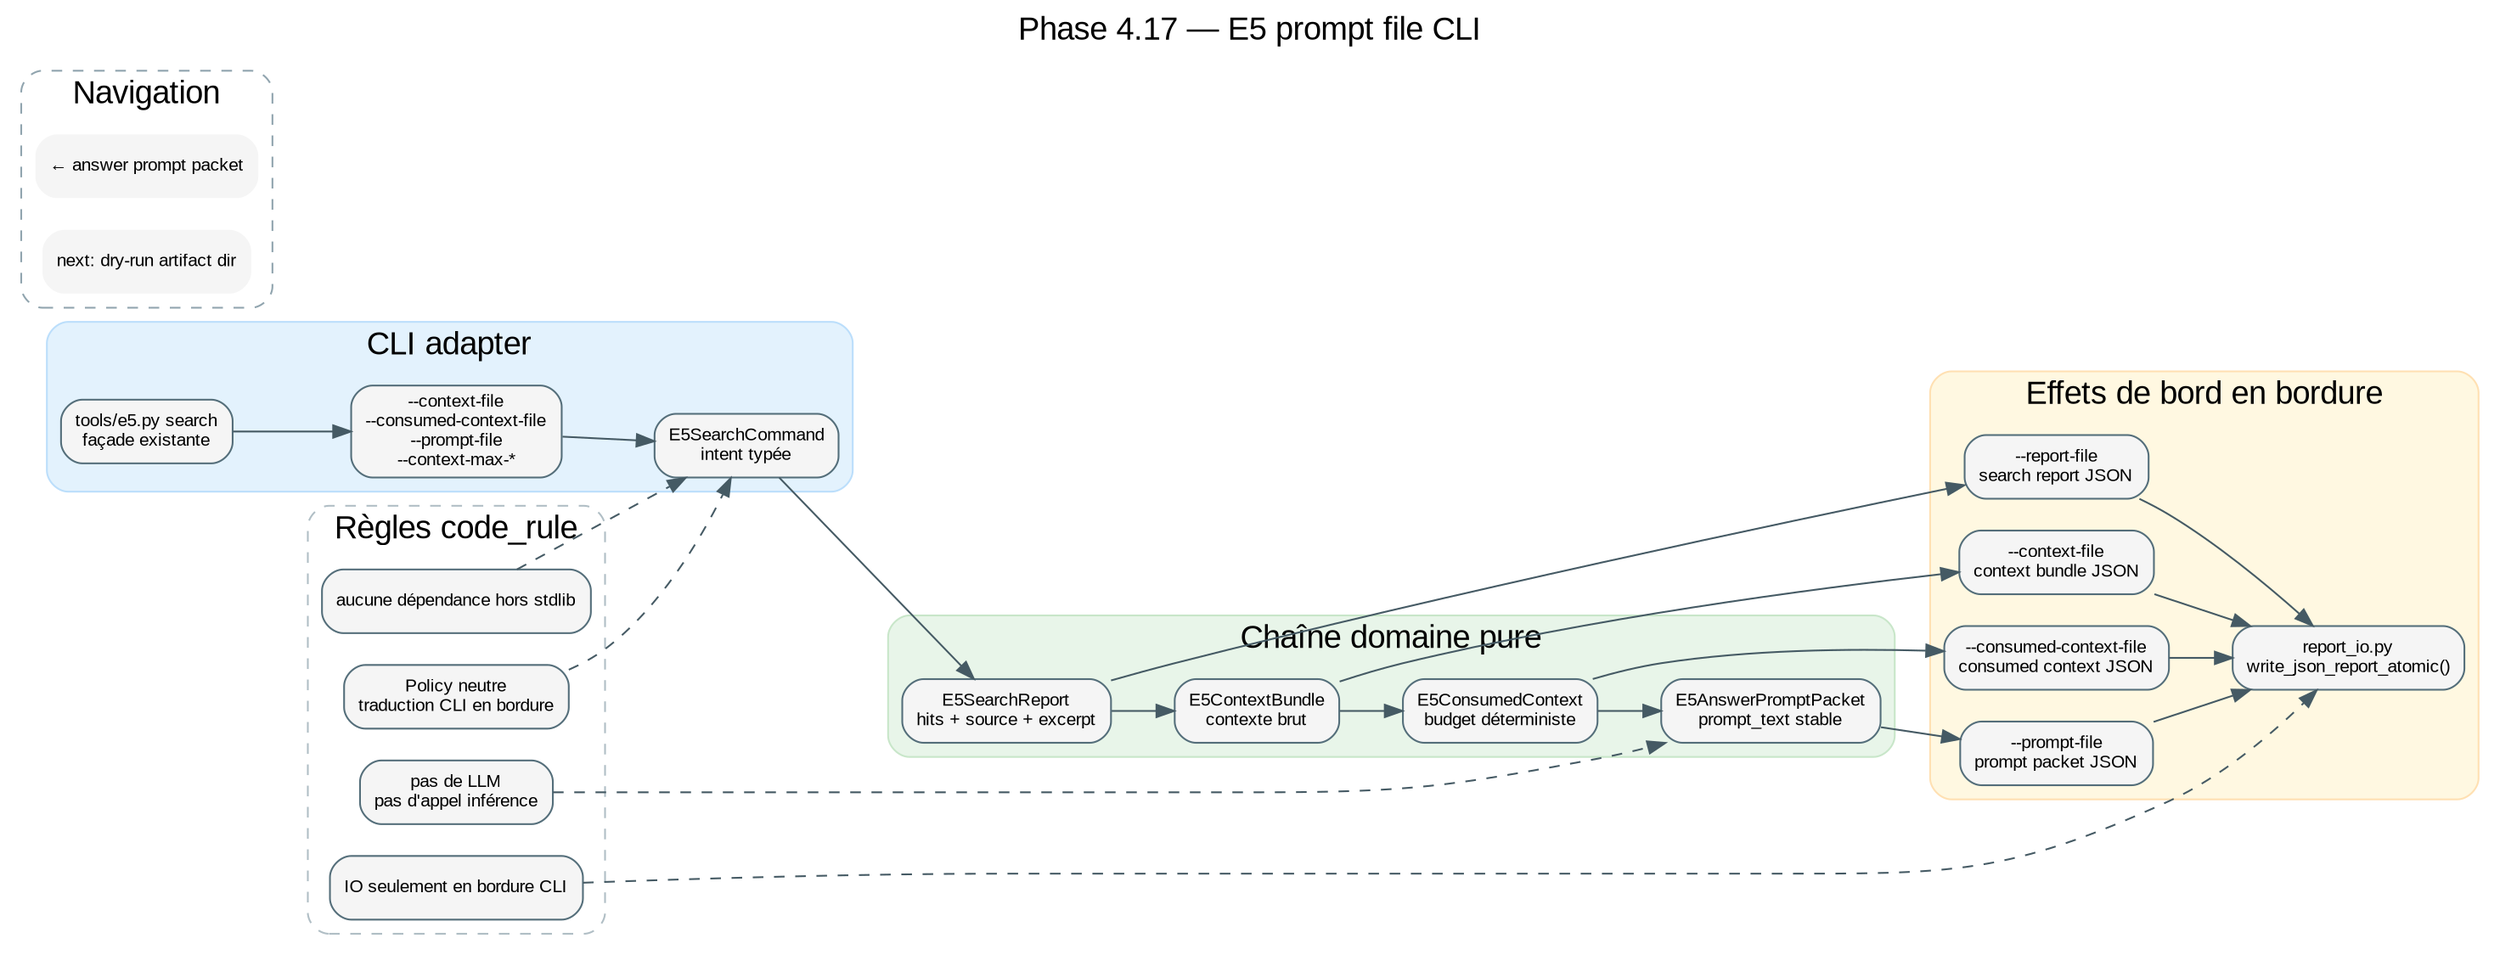
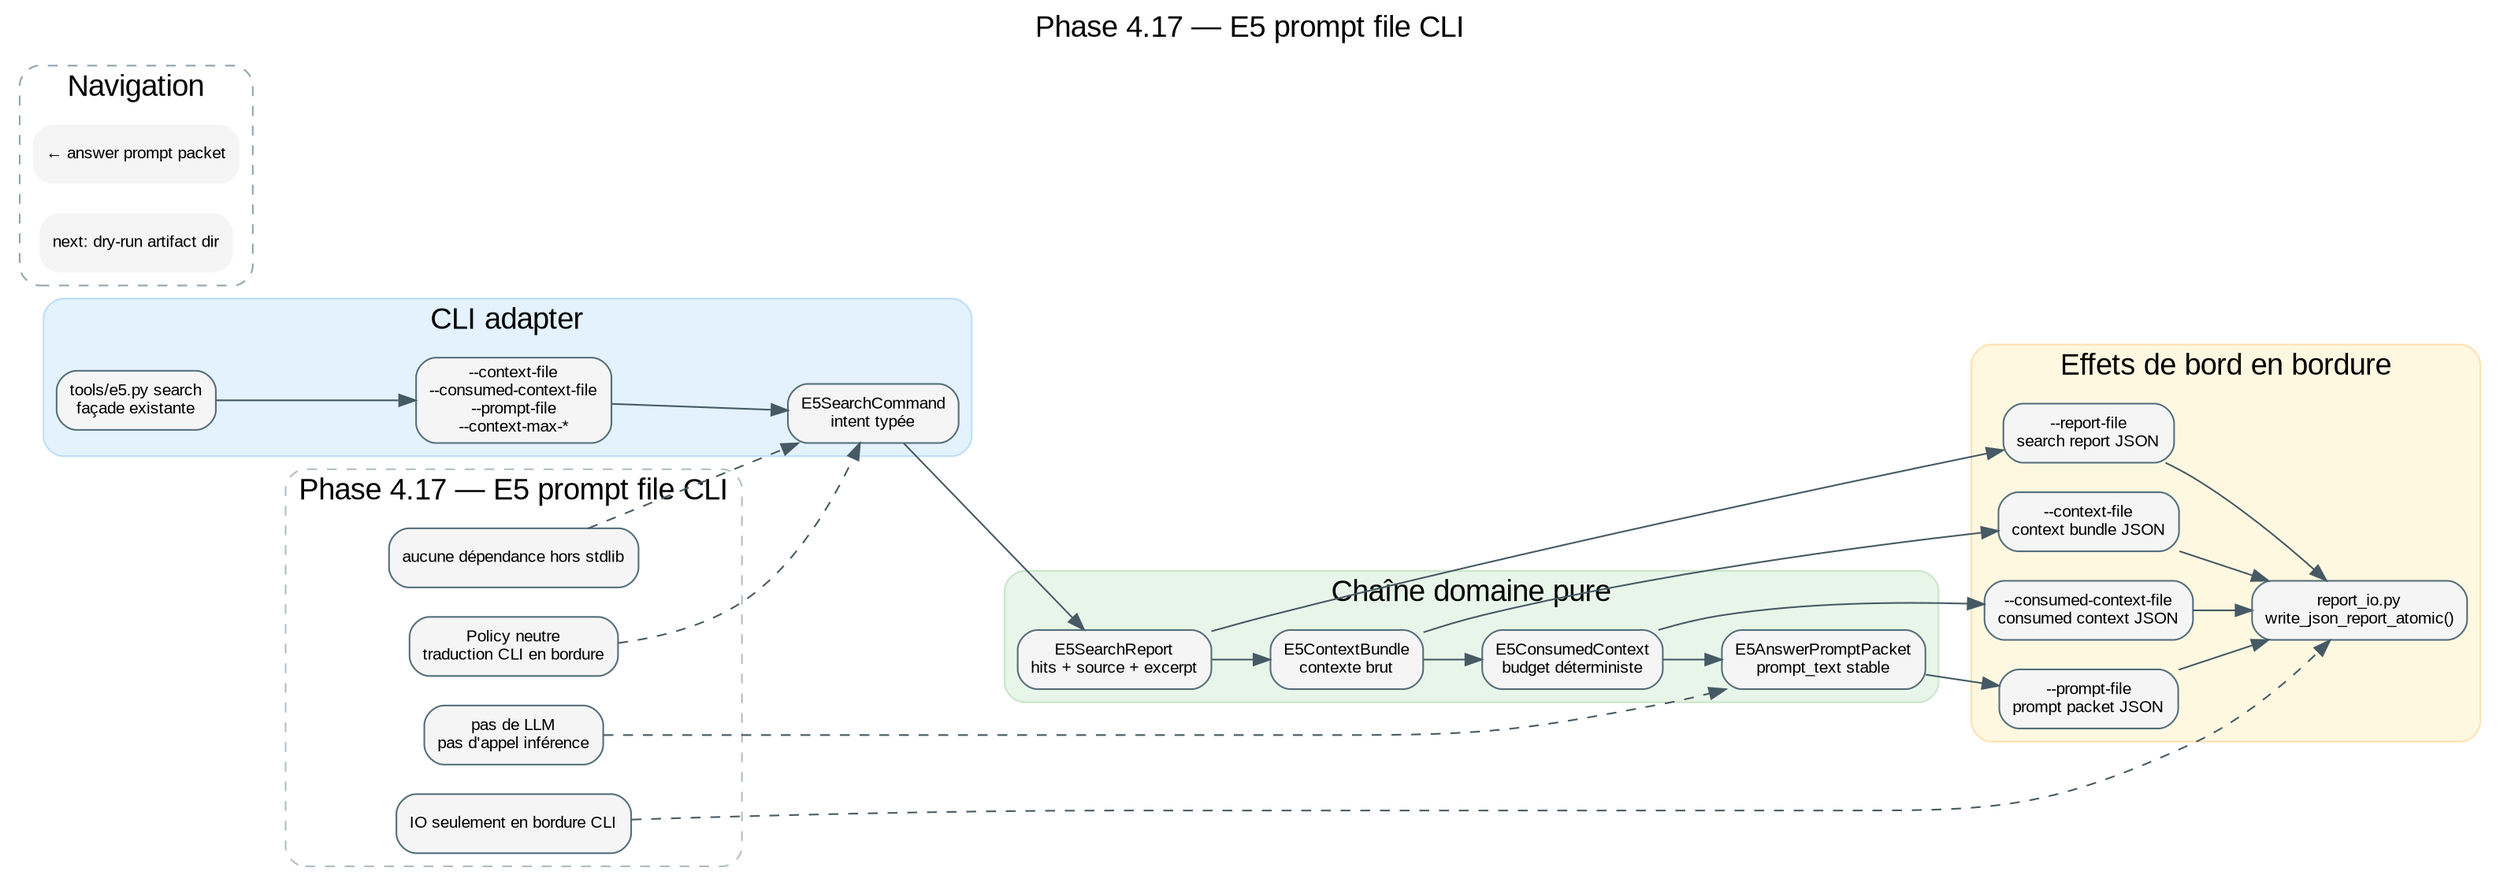
digraph E5PromptFileCli {
  graph [
    label="Phase 4.17 — E5 prompt file CLI",
    labelloc=t,
    fontsize=18,
    fontname="Arial",
    rankdir=LR,
    bgcolor="#ffffff"
  ];

  node [shape=box, style="rounded,filled", fontname="Arial", fontsize=10, fillcolor="#f5f5f5", color="#546e7a"];
  edge [fontname="Arial", fontsize=9, color="#455a64"];

  // ROADMAP_PARENT: inference/70_e5_answer_prompt_packet.dot
  // ROADMAP_NEXT: inference/72_e5_dry_run_artifact_dir.dot

  subgraph cluster_cli {
    label="CLI adapter";
    style="rounded,filled";
    color="#bbdefb";
    fillcolor="#e3f2fd";

    Search [label="tools/e5.py search\nfaçade existante", URL="67_e5_unified_command_surface.svg"];
    Args [label="--context-file\n--consumed-context-file\n--prompt-file\n--context-max-*"];
    Command [label="E5SearchCommand\nintent typée"];
  }

  subgraph cluster_domain {
    label="Chaîne domaine pure";
    style="rounded,filled";
    color="#c8e6c9";
    fillcolor="#e8f5e9";

    Report [label="E5SearchReport\nhits + source + excerpt", URL="65_e5_search_report_file.svg"];
    Bundle [label="E5ContextBundle\ncontexte brut", URL="68_e5_context_bundle.svg"];
    Consumed [label="E5ConsumedContext\nbudget déterministe", URL="69_e5_context_consumer.svg"];
    Prompt [label="E5AnswerPromptPacket\nprompt_text stable", URL="70_e5_answer_prompt_packet.svg"];
  }

  subgraph cluster_io {
    label="Effets de bord en bordure";
    style="rounded,filled";
    color="#ffe0b2";
    fillcolor="#fff8e1";

    ReportFile [label="--report-file\nsearch report JSON"];
    ContextFile [label="--context-file\ncontext bundle JSON"];
    ConsumedFile [label="--consumed-context-file\nconsumed context JSON"];
    PromptFile [label="--prompt-file\nprompt packet JSON"];
    ReportIO [label="report_io.py\nwrite_json_report_atomic()"];
  }

  subgraph cluster_rules {
-     label="Règles code_rule";
    style="rounded,dashed";
    color="#b0bec5";

    NoDeps [label="aucune dépendance hors stdlib"];
    NoLLM [label="pas de LLM\npas d'appel inférence"];
    Boundary [label="IO seulement en bordure CLI"];
    Policy [label="Policy neutre\ntraduction CLI en bordure"];
  }

  Search -> Args;
  Args -> Command;
  Command -> Report;
  Report -> Bundle;
  Bundle -> Consumed;
  Consumed -> Prompt;

  Report -> ReportFile;
  Bundle -> ContextFile;
  Consumed -> ConsumedFile;
  Prompt -> PromptFile;
  ReportFile -> ReportIO;
  ContextFile -> ReportIO;
  ConsumedFile -> ReportIO;
  PromptFile -> ReportIO;

  NoDeps -> Command [style=dashed];
  NoLLM -> Prompt [style=dashed];
  Boundary -> ReportIO [style=dashed];
  Policy -> Command [style=dashed];

  subgraph cluster_navigation {
    label="Navigation";
    style="rounded,dashed";
    color="#90a4ae";

    Parent [label="← answer prompt packet", shape=plaintext, URL="70_e5_answer_prompt_packet.svg"];
    Next [label="next: dry-run artifact dir", shape=plaintext, URL="72_e5_dry_run_artifact_dir.svg"];
  }

  // HTML_DETAIL[phase4_17]: search produit report/context/consumed-context/prompt sans backend de réponse.
}
